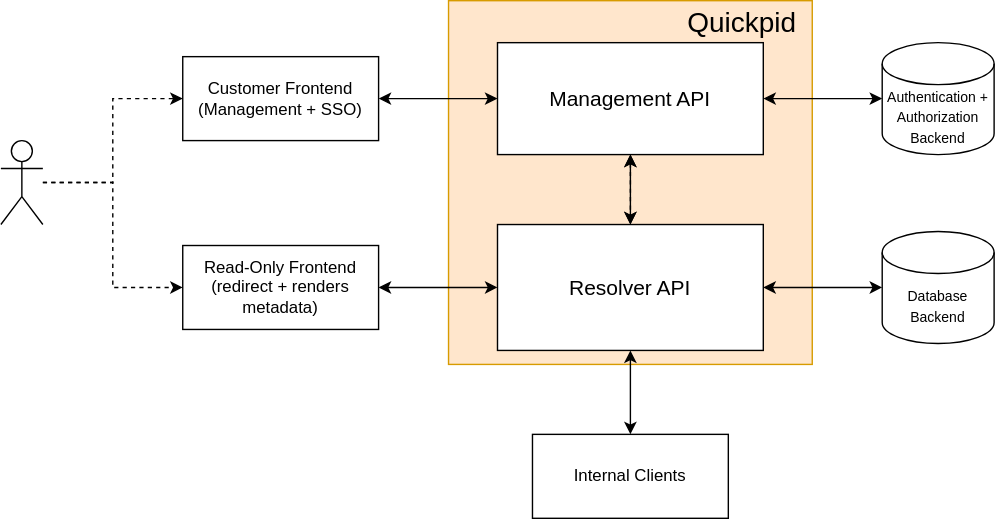
tkw1536/quickpid keeps this draw.io diagram as spec/pid_arch.svg. Above is the earlier version. Source tidied: cells renumbered, new cells last; positions are measured from the earlier drawing's top-left corner, leaving out a move shared by most shapes.
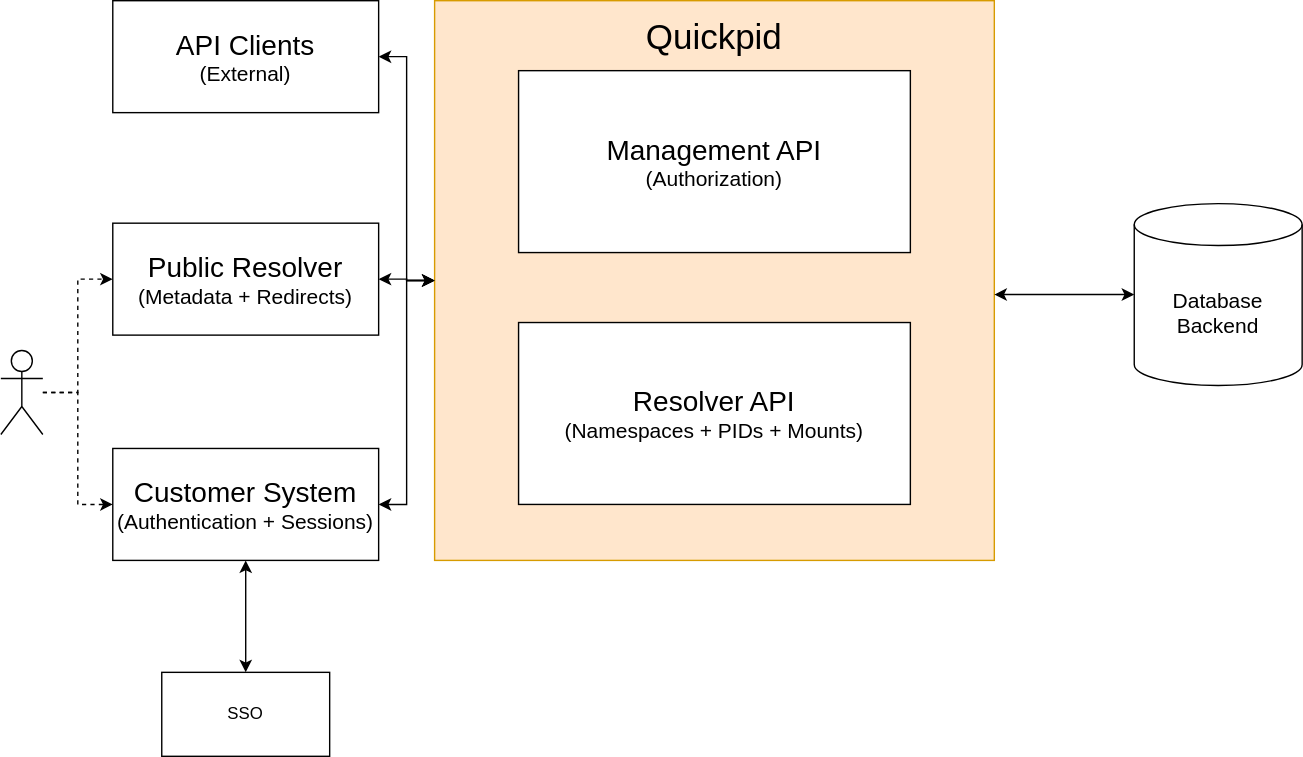
Above is the later version.

Commit message:
spec: Update diagram image

Diff of the diagram source:
```diff
@@ -2,62 +2,58 @@
   <root>
     <mxCell id="0" />
     <mxCell id="1" parent="0" />
-    <mxCell id="2" style="whiteSpace=wrap;html=1;fillColor=#ffe6cc;strokeColor=#d79b00;labelPosition=center;verticalLabelPosition=middle;align=center;verticalAlign=middle;textDirection=ltr;" parent="1" vertex="1">
-      <mxGeometry x="320" width="260" height="260" as="geometry" />
-    </mxCell>
-    <mxCell id="3" style="edgeStyle=orthogonalEdgeStyle;rounded=0;jettySize=auto;html=1;startArrow=classic;startFill=1;" parent="1" edge="1" source="5" target="6">
-      <mxGeometry relative="1" as="geometry" />
-    </mxCell>
-    <mxCell id="4" style="edgeStyle=orthogonalEdgeStyle;rounded=0;jettySize=auto;html=1;startArrow=classic;startFill=1;" parent="1" edge="1" source="5" target="16">
-      <mxGeometry relative="1" as="geometry" />
-    </mxCell>
-    <mxCell id="5" value="&lt;font style=&quot;font-size: 15px;&quot;&gt;Resolver API&lt;/font&gt;" style="rounded=0;whiteSpace=wrap;html=1;" parent="1" vertex="1">
-      <mxGeometry x="355" y="160" width="190" height="90" as="geometry" />
-    </mxCell>
+    <mxCell id="21" style="whiteSpace=wrap;html=1;fillColor=#ffe6cc;strokeColor=#d79b00;labelPosition=center;verticalLabelPosition=middle;align=center;verticalAlign=middle;textDirection=ltr;" parent="1" vertex="1">
+      <mxGeometry x="310" width="400" height="400" as="geometry" />
+    </mxCell>
+    <mxCell id="22" value="&lt;font style=&quot;font-size: 20px;&quot;&gt;Resolver API&lt;/font&gt;&lt;div&gt;&lt;font style=&quot;font-size: 15px;&quot;&gt;(Namespaces + PIDs + Mounts)&lt;/font&gt;&lt;/div&gt;" style="rounded=0;whiteSpace=wrap;html=1;" parent="1" vertex="1">
+      <mxGeometry x="370" y="230" width="280" height="130" as="geometry" />
+    </mxCell>
+    <mxCell id="23" style="edgeStyle=orthogonalEdgeStyle;rounded=0;jettySize=auto;html=1;startArrow=classic;startFill=1;exitX=1;exitY=0.5;exitDx=0;exitDy=0;" parent="1" edge="1" source="33" target="21">
+      <mxGeometry relative="1" as="geometry" />
+    </mxCell>
+    <mxCell id="24" style="edgeStyle=orthogonalEdgeStyle;rounded=0;jettySize=auto;html=1;startArrow=classic;startFill=1;" parent="1" edge="1" source="6">
+      <mxGeometry relative="1" as="geometry">
+        <mxPoint x="710" y="210" as="targetPoint" />
+      </mxGeometry>
+    </mxCell>
-    <mxCell id="6" value="&lt;font style=&quot;font-size: 10px;&quot;&gt;Database&lt;/font&gt;&lt;div&gt;&lt;font style=&quot;font-size: 10px;&quot;&gt;Backend&lt;/font&gt;&lt;/div&gt;" style="shape=cylinder3;whiteSpace=wrap;html=1;boundedLbl=1;backgroundOutline=1;size=15;" parent="1" vertex="1">
-      <mxGeometry x="630" y="165" width="80" height="80" as="geometry" />
+    <mxCell id="6" value="&lt;font style=&quot;font-size: 15px;&quot;&gt;Database&lt;/font&gt;&lt;div&gt;&lt;font style=&quot;font-size: 15px;&quot;&gt;Backend&lt;/font&gt;&lt;/div&gt;" style="shape=cylinder3;whiteSpace=wrap;html=1;boundedLbl=1;backgroundOutline=1;size=15;" parent="1" vertex="1">
+      <mxGeometry x="810" y="145" width="120" height="130" as="geometry" />
     </mxCell>
-    <mxCell id="7" style="edgeStyle=orthogonalEdgeStyle;rounded=0;jettySize=auto;html=1;startArrow=classic;startFill=1;dashed=1;" parent="1" edge="1" source="16" target="5">
-      <mxGeometry relative="1" as="geometry" />
-    </mxCell>
-    <mxCell id="8" value="&lt;div&gt;Read-Only Frontend&lt;/div&gt;&lt;div&gt;(redirect + renders metadata)&lt;/div&gt;" style="rounded=0;whiteSpace=wrap;html=1;" parent="1" vertex="1">
-      <mxGeometry x="130" y="175" width="140" height="60" as="geometry" />
-    </mxCell>
-    <mxCell id="9" style="edgeStyle=orthogonalEdgeStyle;rounded=0;jettySize=auto;html=1;startArrow=classic;startFill=1;" parent="1" edge="1" source="16" target="10">
-      <mxGeometry relative="1" as="geometry" />
-    </mxCell>
-    <mxCell id="10" value="&lt;font style=&quot;font-size: 10px;&quot;&gt;Authentication +&lt;/font&gt;&lt;div&gt;&lt;font size=&quot;1&quot;&gt;Authorization&lt;br&gt;&lt;/font&gt;&lt;div&gt;&lt;font style=&quot;font-size: 10px;&quot;&gt;Backend&lt;/font&gt;&lt;/div&gt;&lt;/div&gt;" style="shape=cylinder3;whiteSpace=wrap;html=1;boundedLbl=1;backgroundOutline=1;size=15;" parent="1" vertex="1">
-      <mxGeometry x="630" y="30" width="80" height="80" as="geometry" />
-    </mxCell>
-    <mxCell id="11" style="edgeStyle=orthogonalEdgeStyle;rounded=0;jettySize=auto;html=1;startArrow=classic;startFill=1;" parent="1" edge="1" source="12" target="5">
-      <mxGeometry relative="1" as="geometry" />
-    </mxCell>
-    <mxCell id="12" value="Internal Clients" style="rounded=0;whiteSpace=wrap;html=1;" parent="1" vertex="1">
-      <mxGeometry x="380" y="310" width="140" height="60" as="geometry" />
-    </mxCell>
-    <mxCell id="13" style="edgeStyle=orthogonalEdgeStyle;rounded=0;jettySize=auto;html=1;startArrow=classic;startFill=1;entryX=0;entryY=0.5;entryDx=0;entryDy=0;" parent="1" edge="1" source="8" target="5">
-      <mxGeometry relative="1" as="geometry" />
-    </mxCell>
-    <mxCell id="14" style="edgeStyle=orthogonalEdgeStyle;rounded=0;jettySize=auto;html=1;entryX=0;entryY=0.5;entryDx=0;entryDy=0;dashed=1;" parent="1" edge="1" source="15" target="8">
-      <mxGeometry relative="1" as="geometry" />
-    </mxCell>
-    <mxCell id="15" style="shape=umlActor;verticalLabelPosition=bottom;verticalAlign=top;html=1;outlineConnect=0;" parent="1" vertex="1">
-      <mxGeometry y="100" width="30" height="60" as="geometry" />
-    </mxCell>
-    <mxCell id="16" value="&lt;font style=&quot;font-size: 15px;&quot;&gt;Management API&lt;/font&gt;" style="rounded=0;whiteSpace=wrap;html=1;" parent="1" vertex="1">
-      <mxGeometry x="355" y="30" width="190" height="80" as="geometry" />
-    </mxCell>
-    <mxCell id="17" style="edgeStyle=orthogonalEdgeStyle;rounded=0;jettySize=auto;html=1;startArrow=classic;startFill=1;" parent="1" edge="1" source="18" target="16">
-      <mxGeometry relative="1" as="geometry" />
-    </mxCell>
-    <mxCell id="18" value="Customer Frontend&lt;div&gt;(Management + SSO)&lt;/div&gt;" style="rounded=0;whiteSpace=wrap;html=1;" parent="1" vertex="1">
-      <mxGeometry x="130" y="40" width="140" height="60" as="geometry" />
-    </mxCell>
+    <mxCell id="25" style="edgeStyle=orthogonalEdgeStyle;rounded=0;jettySize=auto;html=1;entryX=0;entryY=0.5;entryDx=0;entryDy=0;dashed=1;" parent="1" edge="1" source="26" target="33">
+      <mxGeometry relative="1" as="geometry" />
+    </mxCell>
+    <mxCell id="26" style="shape=umlActor;verticalLabelPosition=bottom;verticalAlign=top;html=1;outlineConnect=0;" parent="1" vertex="1">
+      <mxGeometry y="250" width="30" height="60" as="geometry" />
+    </mxCell>
+    <mxCell id="27" value="&lt;font style=&quot;font-size: 20px;&quot;&gt;Management API&lt;/font&gt;&lt;div&gt;&lt;font style=&quot;font-size: 15px;&quot;&gt;(Authorization)&lt;/font&gt;&lt;/div&gt;" style="rounded=0;whiteSpace=wrap;html=1;" parent="1" vertex="1">
+      <mxGeometry x="370" y="50" width="280" height="130" as="geometry" />
+    </mxCell>
+    <mxCell id="28" style="edgeStyle=orthogonalEdgeStyle;rounded=0;jettySize=auto;html=1;startArrow=classic;startFill=1;" parent="1" edge="1" source="30" target="21">
+      <mxGeometry relative="1" as="geometry" />
+    </mxCell>
+    <mxCell id="29" style="edgeStyle=orthogonalEdgeStyle;rounded=0;jettySize=auto;html=1;startArrow=classic;startFill=1;" parent="1" edge="1" source="30" target="32">
+      <mxGeometry relative="1" as="geometry" />
+    </mxCell>
+    <mxCell id="30" value="&lt;font style=&quot;font-size: 20px;&quot;&gt;Customer System&lt;/font&gt;&lt;div&gt;&lt;font style=&quot;font-size: 15px;&quot;&gt;(Authentication + Sessions)&lt;/font&gt;&lt;/div&gt;" style="rounded=0;whiteSpace=wrap;html=1;" parent="1" vertex="1">
+      <mxGeometry x="80" y="320" width="190" height="80" as="geometry" />
+    </mxCell>
+    <mxCell id="31" style="edgeStyle=orthogonalEdgeStyle;rounded=0;jettySize=auto;html=1;entryX=0;entryY=0.5;entryDx=0;entryDy=0;dashed=1;" parent="1" edge="1" source="26" target="30">
+      <mxGeometry relative="1" as="geometry" />
+    </mxCell>
-    <mxCell id="19" value="&lt;font style=&quot;font-size: 20px;&quot;&gt;Quickpid&lt;/font&gt;" style="text;html=1;whiteSpace=wrap;strokeColor=none;fillColor=none;align=center;verticalAlign=middle;rounded=0;" parent="1" vertex="1">
-      <mxGeometry x="500" width="60" height="30" as="geometry" />
+    <mxCell id="19" value="&lt;font style=&quot;font-size: 25px;&quot;&gt;Quickpid&lt;/font&gt;" style="text;html=1;whiteSpace=wrap;strokeColor=none;fillColor=none;align=center;verticalAlign=middle;rounded=0;" parent="1" vertex="1">
+      <mxGeometry x="480" y="10" width="60" height="30" as="geometry" />
     </mxCell>
-    <mxCell id="20" style="edgeStyle=orthogonalEdgeStyle;rounded=0;jettySize=auto;html=1;entryX=0;entryY=0.5;entryDx=0;entryDy=0;dashed=1;" parent="1" edge="1" source="15" target="18">
-      <mxGeometry relative="1" as="geometry" />
-    </mxCell>
+    <mxCell id="32" value="SSO" style="whiteSpace=wrap;html=1;rounded=0;" parent="1" vertex="1">
+      <mxGeometry x="115" y="480" width="120" height="60" as="geometry" />
+    </mxCell>
+    <mxCell id="33" value="&lt;div&gt;&lt;font style=&quot;font-size: 20px;&quot;&gt;Public Resolver&lt;/font&gt;&lt;/div&gt;&lt;div&gt;&lt;font style=&quot;font-size: 15px;&quot;&gt;(Metadata + Redirects)&lt;/font&gt;&lt;/div&gt;" style="rounded=0;whiteSpace=wrap;html=1;" parent="1" vertex="1">
+      <mxGeometry x="80" y="159" width="190" height="80" as="geometry" />
+    </mxCell>
+    <mxCell id="34" style="edgeStyle=orthogonalEdgeStyle;rounded=0;jettySize=auto;html=1;entryX=0;entryY=0.5;entryDx=0;entryDy=0;startArrow=classic;startFill=1;" parent="1" edge="1" source="35" target="21">
+      <mxGeometry relative="1" as="geometry" />
+    </mxCell>
+    <mxCell id="35" value="&lt;div&gt;&lt;span style=&quot;font-size: 20px;&quot;&gt;API Clients&lt;/span&gt;&lt;/div&gt;&lt;div&gt;&lt;span style=&quot;font-size: 15px;&quot;&gt;(External)&lt;/span&gt;&lt;br&gt;&lt;/div&gt;" style="rounded=0;whiteSpace=wrap;html=1;" parent="1" vertex="1">
+      <mxGeometry x="80" width="190" height="80" as="geometry" />
+    </mxCell>
   </root>
 </mxGraphModel>
```
